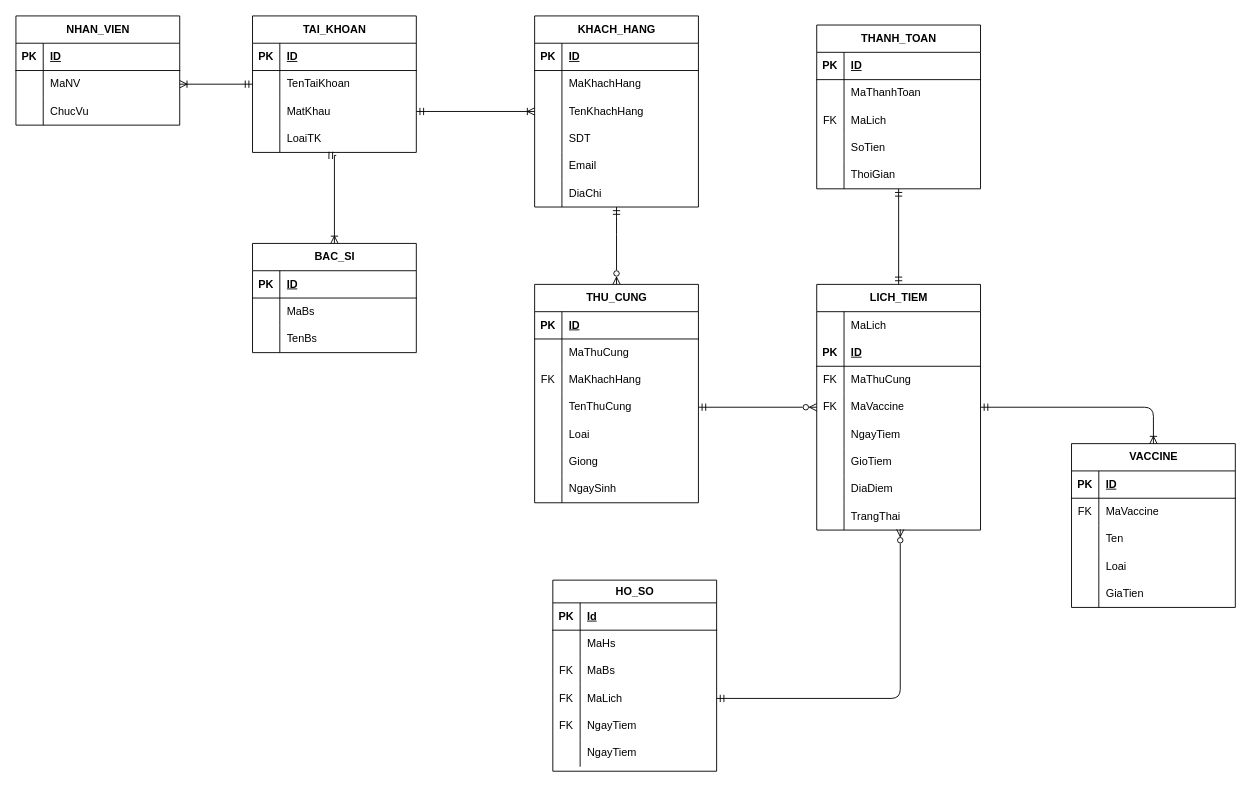
KaiyoDev/Moingay1thuattoan keeps this draw.io diagram as ERD_PetVax.drawio. Above is the earlier version. Source tidied: cells renumbered, new cells numbered last; positions are measured from the earlier drawing's top-left corner, leaving out a move shared by most shapes. Both pictures are drawn from the tidied source at 91%, with x=0, y=0 at pixel (15, 15).
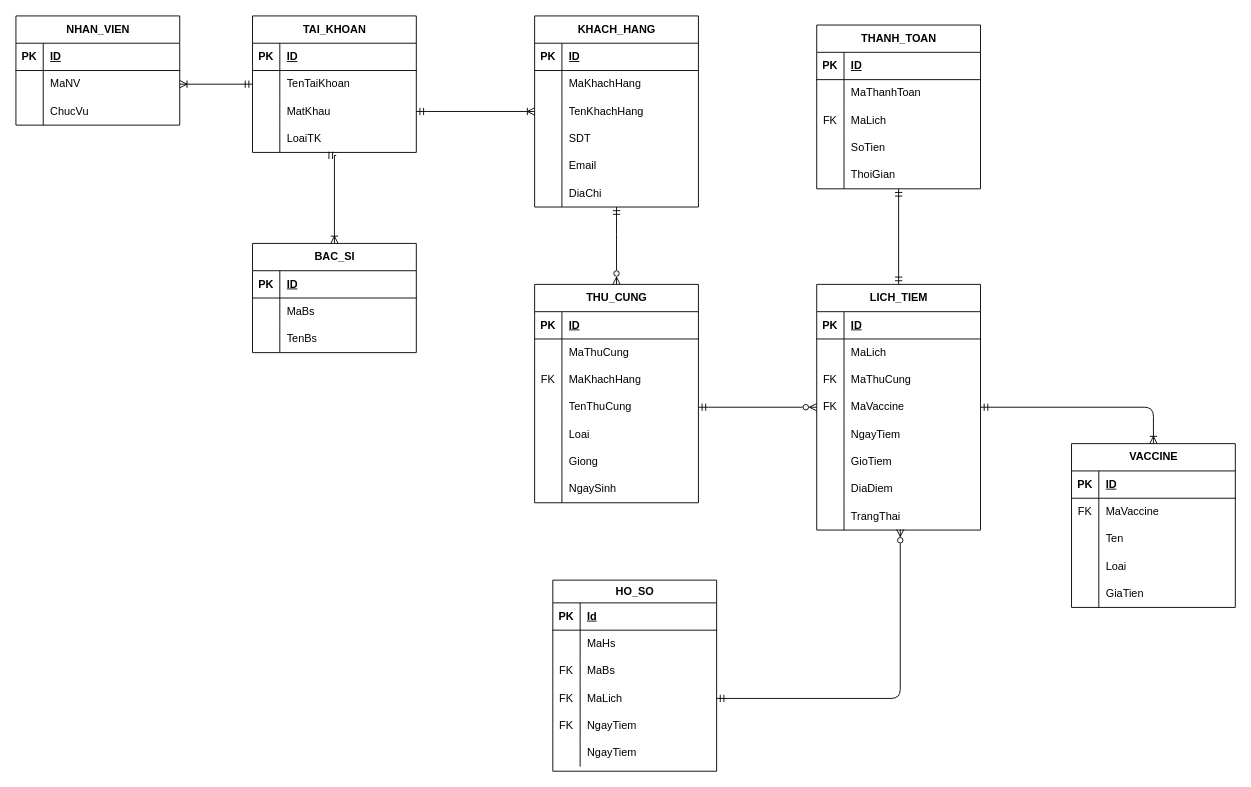
Above is the later version.

Commit message:
Cập nhật ERD_PetVax.drawio

Unchanged cells that the change refers to:
```xml
<mxCell id="44" value="LICH_TIEM" style="shape=table;startSize=30;childLayout=tableLayout;rowLines=0;fontStyle=1;align=center;html=1;" parent="1" vertex="1">
  <mxGeometry x="880" y="295" width="180" height="270" as="geometry" />
</mxCell>
```

The edit, as a diff of the source:
```diff
@@
-    <mxCell id="45" style="shape=tableRow;horizontal=0;startSize=0;swimlaneHead=0;swimlaneBody=0;fillColor=none;top=0;left=0;right=0;bottom=0;" parent="44" vertex="1">
-      <mxGeometry y="30" width="180" height="30" as="geometry" />
-    </mxCell>
-    <mxCell id="46" style="shape=partialRectangle;fillColor=none;top=0;left=0;bottom=0;right=0;overflow=hidden;whiteSpace=wrap;html=1;" parent="45" vertex="1">
-      <mxGeometry width="30" height="30" as="geometry" />
-    </mxCell>
-    <mxCell id="47" value="MaLich" style="shape=partialRectangle;fillColor=none;top=0;left=0;bottom=0;right=0;align=left;spacingLeft=6;overflow=hidden;whiteSpace=wrap;html=1;" parent="45" vertex="1">
-      <mxGeometry x="30" width="150" height="30" as="geometry" />
-    </mxCell>
     <mxCell id="48" style="shape=tableRow;horizontal=0;startSize=0;swimlaneHead=0;swimlaneBody=0;fillColor=none;top=0;left=0;right=0;bottom=1;" parent="44" vertex="1">
-      <mxGeometry y="60" width="180" height="30" as="geometry" />
+      <mxGeometry y="30" width="180" height="30" as="geometry" />
     </mxCell>
@@
     <mxCell id="51" style="shape=tableRow;horizontal=0;startSize=0;swimlaneHead=0;swimlaneBody=0;fillColor=none;top=0;left=0;right=0;bottom=0;" parent="44" vertex="1">
-      <mxGeometry y="90" width="180" height="30" as="geometry" />
+      <mxGeometry y="60" width="180" height="30" as="geometry" />
     </mxCell>
-    <mxCell id="52" value="FK" style="shape=partialRectangle;fillColor=none;top=0;left=0;bottom=0;right=0;overflow=hidden;whiteSpace=wrap;html=1;" parent="51" vertex="1">
+    <mxCell id="52" style="shape=partialRectangle;fillColor=none;top=0;left=0;bottom=0;right=0;overflow=hidden;whiteSpace=wrap;html=1;" parent="51" vertex="1">
       <mxGeometry width="30" height="30" as="geometry" />
     </mxCell>
-    <mxCell id="53" value="MaThuCung" style="shape=partialRectangle;fillColor=none;top=0;left=0;bottom=0;right=0;align=left;spacingLeft=6;overflow=hidden;whiteSpace=wrap;html=1;" parent="51" vertex="1">
+    <mxCell id="53" value="MaLich" style="shape=partialRectangle;fillColor=none;top=0;left=0;bottom=0;right=0;align=left;spacingLeft=6;overflow=hidden;whiteSpace=wrap;html=1;" parent="51" vertex="1">
       <mxGeometry x="30" width="150" height="30" as="geometry" />
     </mxCell>
+    <mxCell id="160" style="shape=tableRow;horizontal=0;startSize=0;swimlaneHead=0;swimlaneBody=0;fillColor=none;top=0;left=0;right=0;bottom=0;" parent="44" vertex="1">
+      <mxGeometry y="90" width="180" height="30" as="geometry" />
+    </mxCell>
+    <mxCell id="161" value="FK" style="shape=partialRectangle;fillColor=none;top=0;left=0;bottom=0;right=0;overflow=hidden;whiteSpace=wrap;html=1;" parent="160" vertex="1">
+      <mxGeometry width="30" height="30" as="geometry" />
+    </mxCell>
+    <mxCell id="162" value="MaThuCung" style="shape=partialRectangle;fillColor=none;top=0;left=0;bottom=0;right=0;align=left;spacingLeft=6;overflow=hidden;whiteSpace=wrap;html=1;" parent="160" vertex="1">
+      <mxGeometry x="30" width="150" height="30" as="geometry" />
+    </mxCell>
```
